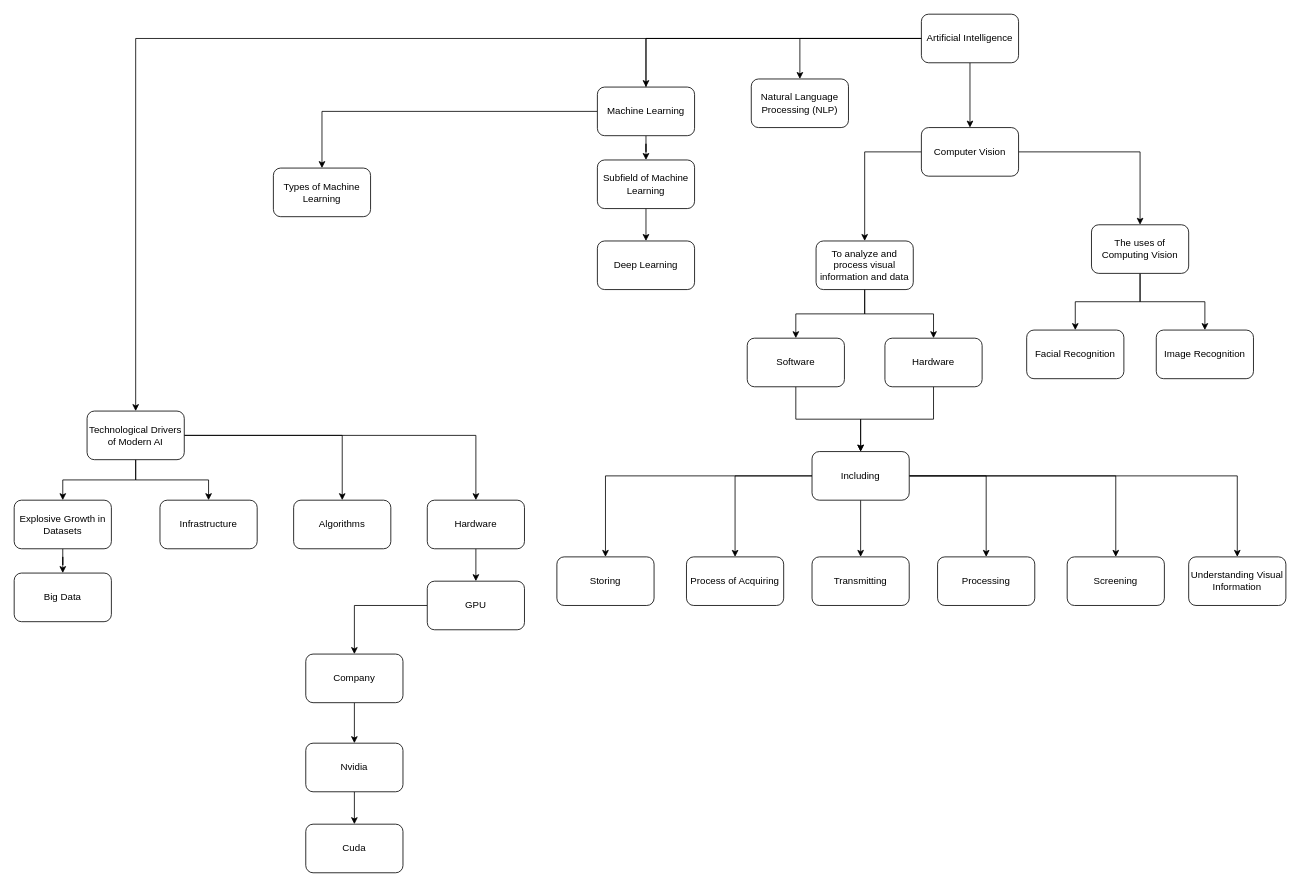
Above: Diagram/Untitled Diagram.drawio in fauzan923/Framework-dan-Use-Case-Artificial-Intelligence (draw.io), before the change. Source tidied: cells renumbered, new cells numbered last; positions are measured from the earlier drawing's top-left corner, leaving out a move shared by most shapes. Both pictures are drawn from the tidied source at 81%, with x=0, y=0 at pixel (14, 14).
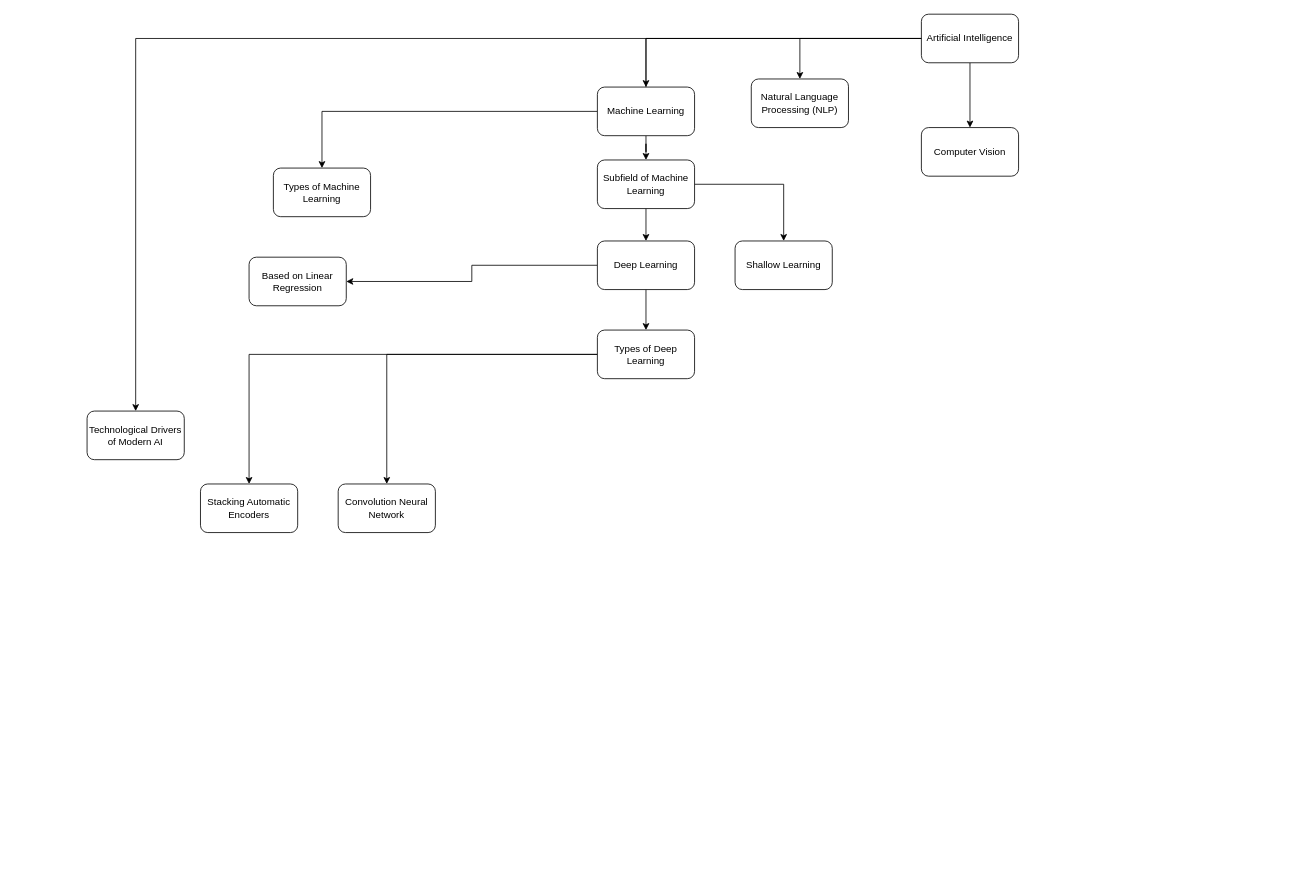
Above is the later version.

The change refers to these unchanged cells:
```xml
<mxCell id="31" value="Computer Vision" style="rounded=1;whiteSpace=wrap;html=1;" parent="1" vertex="1" collapsed="1">
  <mxGeometry x="1120" y="140" width="120" height="60" as="geometry" />
</mxCell>
<mxCell id="35" value="Deep Learning" style="rounded=1;whiteSpace=wrap;html=1;" parent="1" vertex="1">
  <mxGeometry x="720" y="280" width="120" height="60" as="geometry" />
</mxCell>
<mxCell id="42" value="Subfield of Machine Learning" style="rounded=1;whiteSpace=wrap;html=1;" parent="1" vertex="1">
  <mxGeometry x="720" y="180" width="120" height="60" as="geometry" />
</mxCell>
```

Diff of the diagram source:
```diff
@@
-    <mxCell id="9" style="edgeStyle=orthogonalEdgeStyle;rounded=0;jettySize=auto;html=1;" parent="1" edge="1" source="13" target="15">
-      <mxGeometry relative="1" as="geometry" />
-    </mxCell>
-    <mxCell id="10" style="edgeStyle=orthogonalEdgeStyle;rounded=0;jettySize=auto;html=1;" parent="1" edge="1" source="13" target="17">
-      <mxGeometry relative="1" as="geometry" />
-    </mxCell>
-    <mxCell id="11" style="edgeStyle=orthogonalEdgeStyle;rounded=0;jettySize=auto;html=1;" parent="1" edge="1" source="13" target="18">
-      <mxGeometry relative="1" as="geometry" />
-    </mxCell>
-    <mxCell id="12" style="edgeStyle=orthogonalEdgeStyle;rounded=0;jettySize=auto;html=1;" parent="1" edge="1" source="13" target="20">
-      <mxGeometry relative="1" as="geometry" />
-    </mxCell>
-    <mxCell id="13" value="Technological Drivers of Modern AI" style="rounded=1;whiteSpace=wrap;html=1;" parent="1" vertex="1">
+    <mxCell id="13" value="Technological Drivers of Modern AI" style="rounded=1;whiteSpace=wrap;html=1;" parent="1" vertex="1" collapsed="1">
       <mxGeometry x="90" y="490" width="120" height="60" as="geometry" />
     </mxCell>
-    <mxCell id="14" style="edgeStyle=orthogonalEdgeStyle;rounded=0;jettySize=auto;html=1;" parent="1" edge="1" source="15" target="16">
-      <mxGeometry relative="1" as="geometry" />
-    </mxCell>
-    <mxCell id="15" value="Explosive Growth in Datasets" style="rounded=1;whiteSpace=wrap;html=1;" parent="1" vertex="1">
-      <mxGeometry y="600" width="120" height="60" as="geometry" />
-    </mxCell>
-    <mxCell id="16" value="Big Data" style="rounded=1;whiteSpace=wrap;html=1;" parent="1" vertex="1">
-      <mxGeometry y="690" width="120" height="60" as="geometry" />
-    </mxCell>
-    <mxCell id="17" value="Infrastructure" style="rounded=1;whiteSpace=wrap;html=1;" parent="1" vertex="1">
-      <mxGeometry x="180" y="600" width="120" height="60" as="geometry" />
-    </mxCell>
-    <mxCell id="18" value="Algorithms" style="rounded=1;whiteSpace=wrap;html=1;" parent="1" vertex="1">
-      <mxGeometry x="345" y="600" width="120" height="60" as="geometry" />
-    </mxCell>
-    <mxCell id="19" style="edgeStyle=orthogonalEdgeStyle;rounded=0;jettySize=auto;html=1;" parent="1" edge="1" source="20" target="22">
-      <mxGeometry relative="1" as="geometry" />
-    </mxCell>
-    <mxCell id="20" value="Hardware" style="rounded=1;whiteSpace=wrap;html=1;" parent="1" vertex="1">
-      <mxGeometry x="510" y="600" width="120" height="60" as="geometry" />
-    </mxCell>
-    <mxCell id="21" style="edgeStyle=orthogonalEdgeStyle;rounded=0;jettySize=auto;html=1;" parent="1" edge="1" source="22" target="24">
-      <mxGeometry relative="1" as="geometry" />
-    </mxCell>
-    <mxCell id="22" value="GPU" style="rounded=1;whiteSpace=wrap;html=1;" parent="1" vertex="1">
-      <mxGeometry x="510" y="700" width="120" height="60" as="geometry" />
-    </mxCell>
-    <mxCell id="23" style="edgeStyle=orthogonalEdgeStyle;rounded=0;jettySize=auto;html=1;" parent="1" edge="1" source="24" target="26">
-      <mxGeometry relative="1" as="geometry" />
-    </mxCell>
-    <mxCell id="24" value="Company" style="rounded=1;whiteSpace=wrap;html=1;" parent="1" vertex="1">
-      <mxGeometry x="360" y="790" width="120" height="60" as="geometry" />
-    </mxCell>
-    <mxCell id="25" style="edgeStyle=orthogonalEdgeStyle;rounded=0;jettySize=auto;html=1;" parent="1" edge="1" source="26" target="27">
-      <mxGeometry relative="1" as="geometry" />
-    </mxCell>
-    <mxCell id="26" value="Nvidia" style="rounded=1;whiteSpace=wrap;html=1;" parent="1" vertex="1">
-      <mxGeometry x="360" y="900" width="120" height="60" as="geometry" />
-    </mxCell>
-    <mxCell id="27" value="Cuda" style="rounded=1;whiteSpace=wrap;html=1;" parent="1" vertex="1">
-      <mxGeometry x="360" y="1000" width="120" height="60" as="geometry" />
-    </mxCell>
@@
-    <mxCell id="29" style="edgeStyle=orthogonalEdgeStyle;rounded=0;jettySize=auto;html=1;entryX=0.5;entryY=0;entryDx=0;entryDy=0;" parent="1" edge="1" source="31" target="38">
-      <mxGeometry relative="1" as="geometry" />
-    </mxCell>
-    <mxCell id="30" style="edgeStyle=orthogonalEdgeStyle;rounded=0;jettySize=auto;html=1;" parent="1" edge="1" source="31" target="45">
-      <mxGeometry relative="1" as="geometry" />
-    </mxCell>
@@
+    <mxCell id="63" style="edgeStyle=orthogonalEdgeStyle;rounded=0;jettySize=auto;html=1;" parent="1" edge="1" source="35" target="66">
+      <mxGeometry relative="1" as="geometry" />
+    </mxCell>
+    <mxCell id="64" style="edgeStyle=orthogonalEdgeStyle;rounded=0;jettySize=auto;html=1;" parent="1" edge="1" source="35" target="70">
+      <mxGeometry relative="1" as="geometry" />
+    </mxCell>
@@
-    <mxCell id="36" style="edgeStyle=orthogonalEdgeStyle;rounded=0;jettySize=auto;html=1;" parent="1" edge="1" source="38" target="39">
-      <mxGeometry relative="1" as="geometry" />
-    </mxCell>
-    <mxCell id="37" style="edgeStyle=orthogonalEdgeStyle;rounded=0;jettySize=auto;html=1;" parent="1" edge="1" source="38" target="40">
-      <mxGeometry relative="1" as="geometry" />
-    </mxCell>
-    <mxCell id="38" value="The uses of Computing Vision" style="rounded=1;whiteSpace=wrap;html=1;" parent="1" vertex="1">
-      <mxGeometry x="1330" y="260" width="120" height="60" as="geometry" />
-    </mxCell>
-    <mxCell id="39" value="Facial Recognition" style="rounded=1;whiteSpace=wrap;html=1;" parent="1" vertex="1">
-      <mxGeometry x="1250" y="390" width="120" height="60" as="geometry" />
-    </mxCell>
-    <mxCell id="40" value="Image Recognition" style="rounded=1;whiteSpace=wrap;html=1;" parent="1" vertex="1">
-      <mxGeometry x="1410" y="390" width="120" height="60" as="geometry" />
-    </mxCell>
@@
+    <mxCell id="65" style="edgeStyle=orthogonalEdgeStyle;rounded=0;jettySize=auto;html=1;" parent="1" edge="1" source="42" target="67">
+      <mxGeometry relative="1" as="geometry" />
+    </mxCell>
@@
-    <mxCell id="43" style="edgeStyle=orthogonalEdgeStyle;rounded=0;jettySize=auto;html=1;" parent="1" edge="1" source="45" target="47">
-      <mxGeometry relative="1" as="geometry" />
-    </mxCell>
-    <mxCell id="44" style="edgeStyle=orthogonalEdgeStyle;rounded=0;jettySize=auto;html=1;" parent="1" edge="1" source="45" target="49">
-      <mxGeometry relative="1" as="geometry" />
-    </mxCell>
-    <mxCell id="45" value="To analyze and process visual information and data" style="rounded=1;whiteSpace=wrap;html=1;" parent="1" vertex="1" collapsed="1">
-      <mxGeometry x="990" y="280" width="120" height="60" as="geometry" />
-    </mxCell>
-    <mxCell id="46" style="edgeStyle=orthogonalEdgeStyle;rounded=0;jettySize=auto;html=1;entryX=0.5;entryY=0;entryDx=0;entryDy=0;" parent="1" edge="1" source="47" target="56">
-      <mxGeometry relative="1" as="geometry" />
-    </mxCell>
-    <mxCell id="47" value="Software" style="rounded=1;whiteSpace=wrap;html=1;" parent="1" vertex="1" collapsed="1">
-      <mxGeometry x="905" y="400" width="120" height="60" as="geometry" />
-    </mxCell>
-    <mxCell id="48" style="edgeStyle=orthogonalEdgeStyle;rounded=0;jettySize=auto;html=1;" parent="1" edge="1" source="49" target="56">
-      <mxGeometry relative="1" as="geometry" />
-    </mxCell>
-    <mxCell id="49" value="Hardware" style="rounded=1;whiteSpace=wrap;html=1;" parent="1" vertex="1" collapsed="1">
-      <mxGeometry x="1075" y="400" width="120" height="60" as="geometry" />
-    </mxCell>
-    <mxCell id="50" style="edgeStyle=orthogonalEdgeStyle;rounded=0;jettySize=auto;html=1;" parent="1" edge="1" source="56" target="57">
-      <mxGeometry relative="1" as="geometry" />
-    </mxCell>
-    <mxCell id="51" style="edgeStyle=orthogonalEdgeStyle;rounded=0;jettySize=auto;html=1;" parent="1" edge="1" source="56" target="58">
-      <mxGeometry relative="1" as="geometry" />
-    </mxCell>
-    <mxCell id="52" style="edgeStyle=orthogonalEdgeStyle;rounded=0;jettySize=auto;html=1;" parent="1" edge="1" source="56" target="59">
-      <mxGeometry relative="1" as="geometry" />
-    </mxCell>
-    <mxCell id="53" style="edgeStyle=orthogonalEdgeStyle;rounded=0;jettySize=auto;html=1;" parent="1" edge="1" source="56" target="60">
-      <mxGeometry relative="1" as="geometry" />
-    </mxCell>
-    <mxCell id="54" style="edgeStyle=orthogonalEdgeStyle;rounded=0;jettySize=auto;html=1;" parent="1" edge="1" source="56" target="61">
-      <mxGeometry relative="1" as="geometry" />
-    </mxCell>
-    <mxCell id="55" style="edgeStyle=orthogonalEdgeStyle;rounded=0;jettySize=auto;html=1;" parent="1" edge="1" source="56" target="62">
-      <mxGeometry relative="1" as="geometry" />
-    </mxCell>
-    <mxCell id="56" value="Including" style="rounded=1;whiteSpace=wrap;html=1;" parent="1" vertex="1" collapsed="1">
-      <mxGeometry x="985" y="540" width="120" height="60" as="geometry" />
-    </mxCell>
-    <mxCell id="57" value="Process of Acquiring" style="rounded=1;whiteSpace=wrap;html=1;" parent="1" vertex="1" collapsed="1">
-      <mxGeometry x="830" y="670" width="120" height="60" as="geometry" />
-    </mxCell>
-    <mxCell id="58" value="Transmitting" style="rounded=1;whiteSpace=wrap;html=1;" parent="1" vertex="1" collapsed="1">
-      <mxGeometry x="985" y="670" width="120" height="60" as="geometry" />
-    </mxCell>
-    <mxCell id="59" value="Processing" style="rounded=1;whiteSpace=wrap;html=1;" parent="1" vertex="1" collapsed="1">
-      <mxGeometry x="1140" y="670" width="120" height="60" as="geometry" />
-    </mxCell>
-    <mxCell id="60" value="Screening" style="rounded=1;whiteSpace=wrap;html=1;" parent="1" vertex="1" collapsed="1">
-      <mxGeometry x="1300" y="670" width="120" height="60" as="geometry" />
-    </mxCell>
-    <mxCell id="61" value="Storing" style="rounded=1;whiteSpace=wrap;html=1;" parent="1" vertex="1" collapsed="1">
-      <mxGeometry x="670" y="670" width="120" height="60" as="geometry" />
-    </mxCell>
-    <mxCell id="62" value="Understanding Visual Information" style="rounded=1;whiteSpace=wrap;html=1;" parent="1" vertex="1" collapsed="1">
-      <mxGeometry x="1450" y="670" width="120" height="60" as="geometry" />
-    </mxCell>
+    <mxCell id="66" value="Based on Linear Regression" style="rounded=1;whiteSpace=wrap;html=1;" parent="1" vertex="1" collapsed="1">
+      <mxGeometry x="290" y="300" width="120" height="60" as="geometry" />
+    </mxCell>
+    <mxCell id="67" value="Shallow Learning" style="rounded=1;whiteSpace=wrap;html=1;" parent="1" vertex="1">
+      <mxGeometry x="890" y="280" width="120" height="60" as="geometry" />
+    </mxCell>
+    <mxCell id="68" style="edgeStyle=orthogonalEdgeStyle;rounded=0;jettySize=auto;html=1;" parent="1" edge="1" source="70" target="71">
+      <mxGeometry relative="1" as="geometry" />
+    </mxCell>
+    <mxCell id="69" style="edgeStyle=orthogonalEdgeStyle;rounded=0;jettySize=auto;html=1;" parent="1" edge="1" source="70" target="72">
+      <mxGeometry relative="1" as="geometry" />
+    </mxCell>
+    <mxCell id="70" value="Types of Deep Learning" style="rounded=1;whiteSpace=wrap;html=1;" parent="1" vertex="1">
+      <mxGeometry x="720" y="390" width="120" height="60" as="geometry" />
+    </mxCell>
+    <mxCell id="71" value="Stacking Automatic Encoders" style="rounded=1;whiteSpace=wrap;html=1;" parent="1" vertex="1" collapsed="1">
+      <mxGeometry x="230" y="580" width="120" height="60" as="geometry" />
+    </mxCell>
+    <mxCell id="72" value="Convolution Neural Network" style="rounded=1;whiteSpace=wrap;html=1;" parent="1" vertex="1">
+      <mxGeometry x="400" y="580" width="120" height="60" as="geometry" />
+    </mxCell>
```
